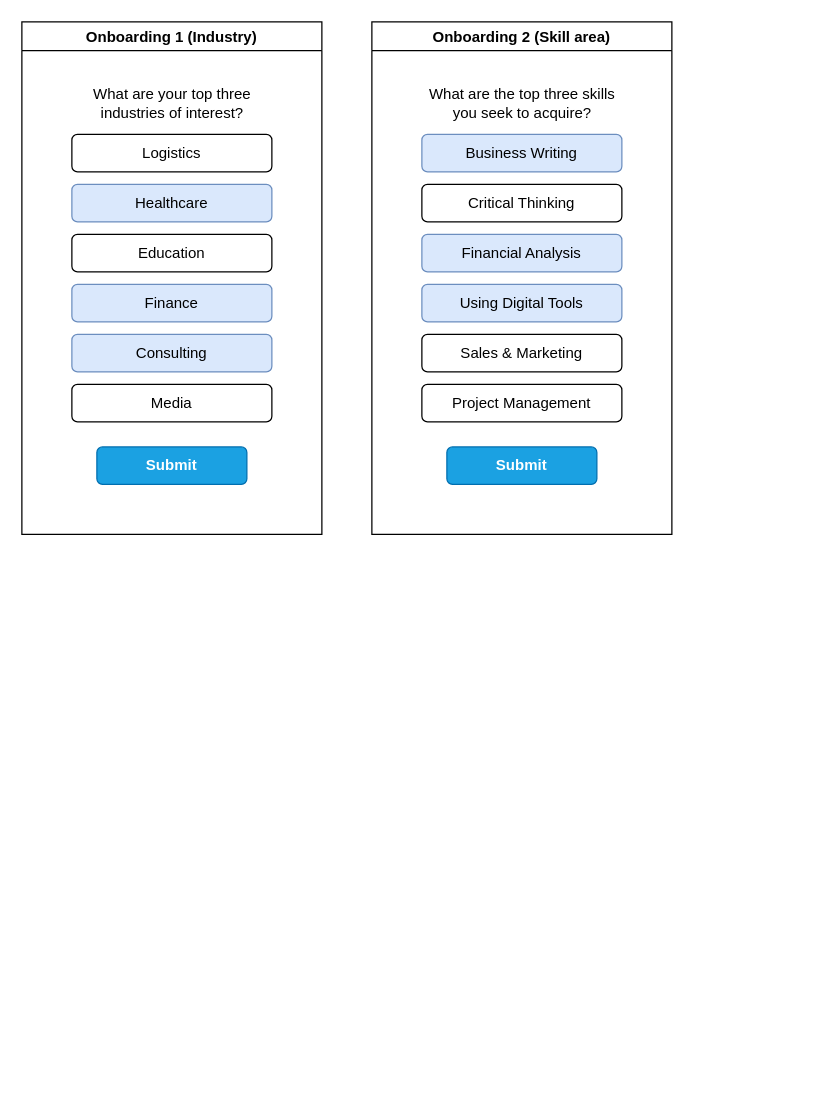
This is kryptr-mvp-wireframes.drawio from nullthefirst/drawio-assets, a draw.io file, before an edit. Source tidied: cells renumbered, new cells numbered last; positions are measured from the earlier drawing's top-left corner, leaving out a move shared by most shapes. Both pictures are drawn from the tidied source at 125%, with x=0, y=0 at pixel (21, 21).
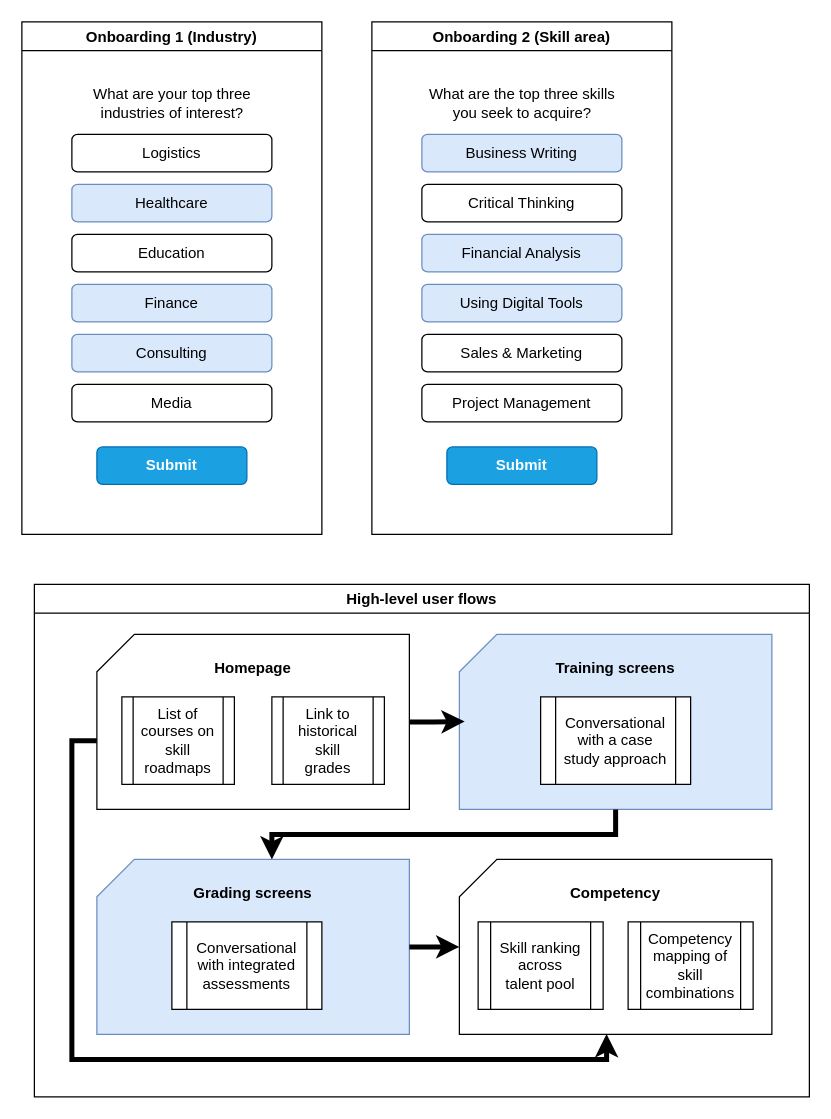
The same page after the edit.

Commit message:
Updated high-level user flows

What changed in the source:
```diff
@@
+    <mxCell id="24" style="group;fillColor=default;" parent="1" vertex="1">
+      <mxGeometry x="10" y="450" width="620" height="410" as="geometry" />
+    </mxCell>
+    <mxCell id="25" style="group;" parent="24" vertex="1">
+      <mxGeometry x="340" y="40" width="250" height="160" as="geometry" />
+    </mxCell>
+    <mxCell id="26" style="group;" parent="25" vertex="1">
+      <mxGeometry width="250" height="140" as="geometry" />
+    </mxCell>
+    <mxCell id="27" value="&lt;b&gt;Training screens&lt;br&gt;&lt;br&gt;&lt;br&gt;&lt;br&gt;&lt;br&gt;&lt;br&gt;&lt;br&gt;&lt;/b&gt;" style="shape=card;whiteSpace=wrap;html=1;fillColor=#dae8fc;strokeColor=#6c8ebf;" parent="26" vertex="1">
+      <mxGeometry width="250" height="140" as="geometry" />
+    </mxCell>
+    <mxCell id="28" value="Conversational with&amp;nbsp;a case&lt;br&gt;study approach" style="shape=process;whiteSpace=wrap;html=1;backgroundOutline=1;fillColor=default;" parent="26" vertex="1">
+      <mxGeometry x="65" y="50" width="120" height="70" as="geometry" />
+    </mxCell>
+    <mxCell id="29" style="group;" parent="24" vertex="1">
+      <mxGeometry x="50" y="220" width="250" height="140" as="geometry" />
+    </mxCell>
+    <mxCell id="30" style="group;" parent="29" vertex="1">
+      <mxGeometry width="250" height="140" as="geometry" />
+    </mxCell>
+    <mxCell id="31" value="&lt;b&gt;Grading screens&lt;/b&gt;&lt;br&gt;&lt;br&gt;&lt;br&gt;&lt;br&gt;&lt;br&gt;&lt;br&gt;&lt;br&gt;" style="shape=card;whiteSpace=wrap;html=1;fillColor=#dae8fc;strokeColor=#6c8ebf;" parent="30" vertex="1">
+      <mxGeometry width="250" height="140" as="geometry" />
+    </mxCell>
+    <mxCell id="32" value="Conversational&lt;br&gt;with integrated assessments" style="shape=process;whiteSpace=wrap;html=1;backgroundOutline=1;fillColor=default;" parent="30" vertex="1">
+      <mxGeometry x="60" y="50" width="120" height="70" as="geometry" />
+    </mxCell>
+    <mxCell id="33" style="group;" parent="24" vertex="1">
+      <mxGeometry x="340" y="220" width="250" height="140" as="geometry" />
+    </mxCell>
+    <mxCell id="34" style="group;" parent="33" vertex="1">
+      <mxGeometry width="250" height="140" as="geometry" />
+    </mxCell>
+    <mxCell id="35" value="&lt;b&gt;Competency&lt;/b&gt;&lt;br&gt;&lt;br&gt;&lt;br&gt;&lt;br&gt;&lt;br&gt;&lt;br&gt;&lt;br&gt;" style="shape=card;whiteSpace=wrap;html=1;" parent="34" vertex="1">
+      <mxGeometry width="250" height="140" as="geometry" />
+    </mxCell>
+    <mxCell id="36" style="group;" parent="34" vertex="1">
+      <mxGeometry x="15" y="50" width="220" height="70" as="geometry" />
+    </mxCell>
+    <mxCell id="37" value="Skill ranking across&lt;br&gt;talent pool" style="shape=process;whiteSpace=wrap;html=1;backgroundOutline=1;fillColor=default;" parent="36" vertex="1">
+      <mxGeometry width="100" height="70" as="geometry" />
+    </mxCell>
+    <mxCell id="38" value="Competency mapping of skill combinations" style="shape=process;whiteSpace=wrap;html=1;backgroundOutline=1;fillColor=default;" parent="36" vertex="1">
+      <mxGeometry x="120" width="100" height="70" as="geometry" />
+    </mxCell>
+    <mxCell id="39" style="edgeStyle=orthogonalEdgeStyle;rounded=0;jettySize=auto;html=1;exitX=1;exitY=0.5;exitDx=0;exitDy=0;exitPerimeter=0;entryX=0.017;entryY=0.498;entryDx=0;entryDy=0;entryPerimeter=0;strokeWidth=4;" parent="24" edge="1" source="45" target="27">
+      <mxGeometry relative="1" as="geometry" />
+    </mxCell>
+    <mxCell id="40" style="edgeStyle=orthogonalEdgeStyle;rounded=0;jettySize=auto;html=1;exitX=0.5;exitY=1;exitDx=0;exitDy=0;exitPerimeter=0;entryX=0;entryY=0;entryDx=140;entryDy=0;entryPerimeter=0;strokeWidth=4;" parent="24" edge="1" source="27" target="31">
+      <mxGeometry relative="1" as="geometry">
+        <Array as="points">
+          <mxPoint x="465" y="200" />
+          <mxPoint x="190" y="200" />
+        </Array>
+      </mxGeometry>
+    </mxCell>
+    <mxCell id="41" style="edgeStyle=orthogonalEdgeStyle;rounded=0;jettySize=auto;html=1;exitX=0;exitY=0;exitDx=0;exitDy=85;exitPerimeter=0;entryX=0.471;entryY=0.998;entryDx=0;entryDy=0;entryPerimeter=0;strokeWidth=4;" parent="24" edge="1" source="45" target="35">
+      <mxGeometry relative="1" as="geometry" />
+    </mxCell>
+    <mxCell id="42" style="edgeStyle=orthogonalEdgeStyle;rounded=0;jettySize=auto;html=1;exitX=1;exitY=0.5;exitDx=0;exitDy=0;exitPerimeter=0;strokeWidth=4;" parent="24" edge="1" source="31" target="35">
+      <mxGeometry relative="1" as="geometry" />
+    </mxCell>
+    <mxCell id="43" value="High-level user flows" style="swimlane;labelBackgroundColor=none;" parent="24" vertex="1">
+      <mxGeometry width="620" height="410" as="geometry" />
+    </mxCell>
+    <mxCell id="44" style="group;" parent="43" vertex="1">
+      <mxGeometry x="50" y="40" width="250" height="140" as="geometry" />
+    </mxCell>
+    <mxCell id="45" value="&lt;b&gt;Homepage&lt;/b&gt;&lt;br&gt;&lt;br&gt;&lt;br&gt;&lt;br&gt;&lt;br&gt;&lt;br&gt;&lt;br&gt;" style="shape=card;whiteSpace=wrap;html=1;" parent="44" vertex="1">
+      <mxGeometry width="250" height="140" as="geometry" />
+    </mxCell>
+    <mxCell id="46" value="List of courses on skill roadmaps" style="shape=process;whiteSpace=wrap;html=1;backgroundOutline=1;fillColor=default;" parent="44" vertex="1">
+      <mxGeometry x="20" y="50" width="90" height="70" as="geometry" />
+    </mxCell>
+    <mxCell id="47" value="Link to historical&lt;br&gt;skill&lt;br&gt;grades" style="shape=process;whiteSpace=wrap;html=1;backgroundOutline=1;fillColor=default;" parent="44" vertex="1">
+      <mxGeometry x="140" y="50" width="90" height="70" as="geometry" />
+    </mxCell>
```
